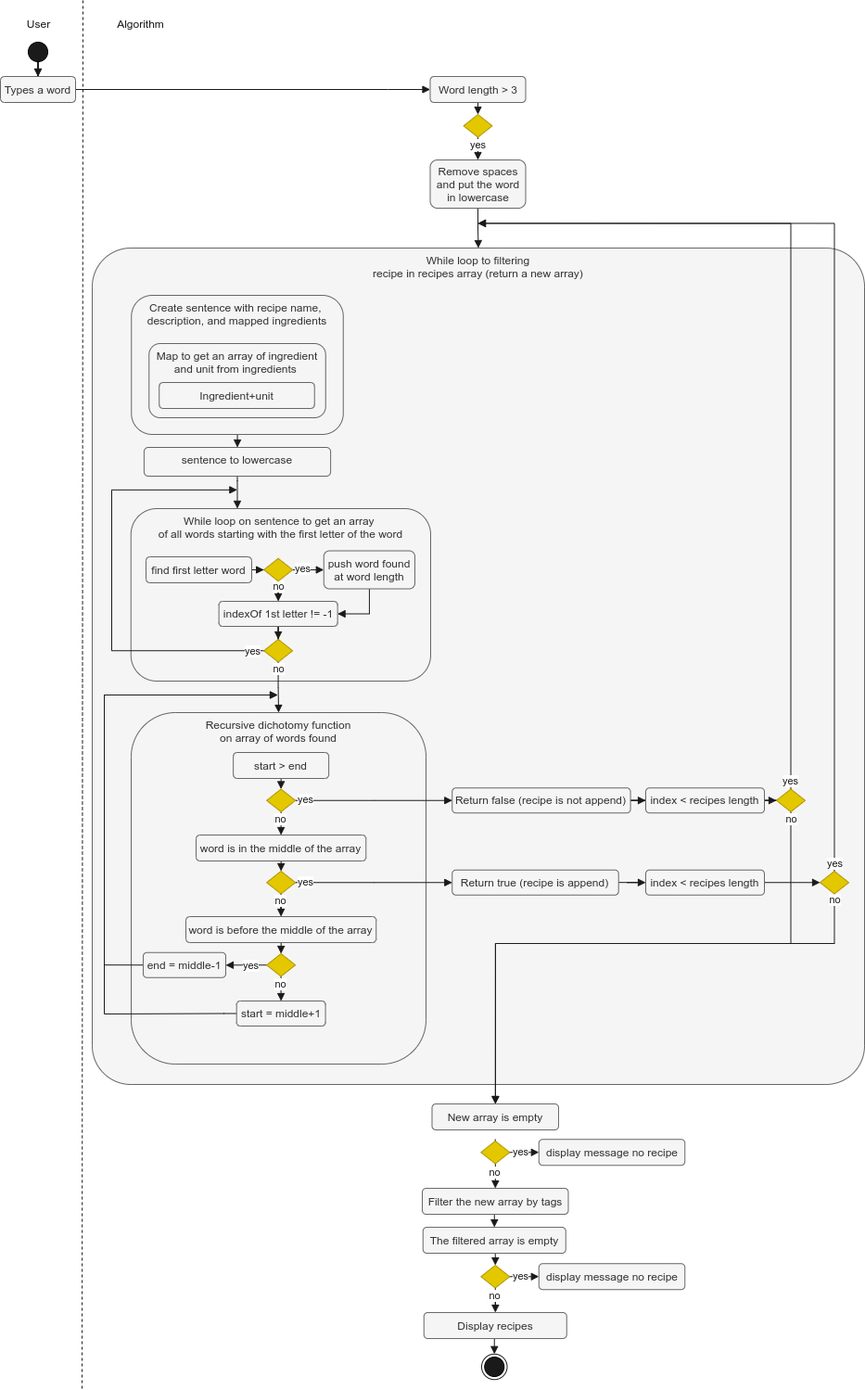
Before: spec/2.drawio.png, a diagram exported from draw.io (Lob2018/YannLobjois_7_17062021). Source tidied: cells renumbered, new cells last; positions are measured from the earlier drawing's top-left corner, leaving out a move shared by most shapes.
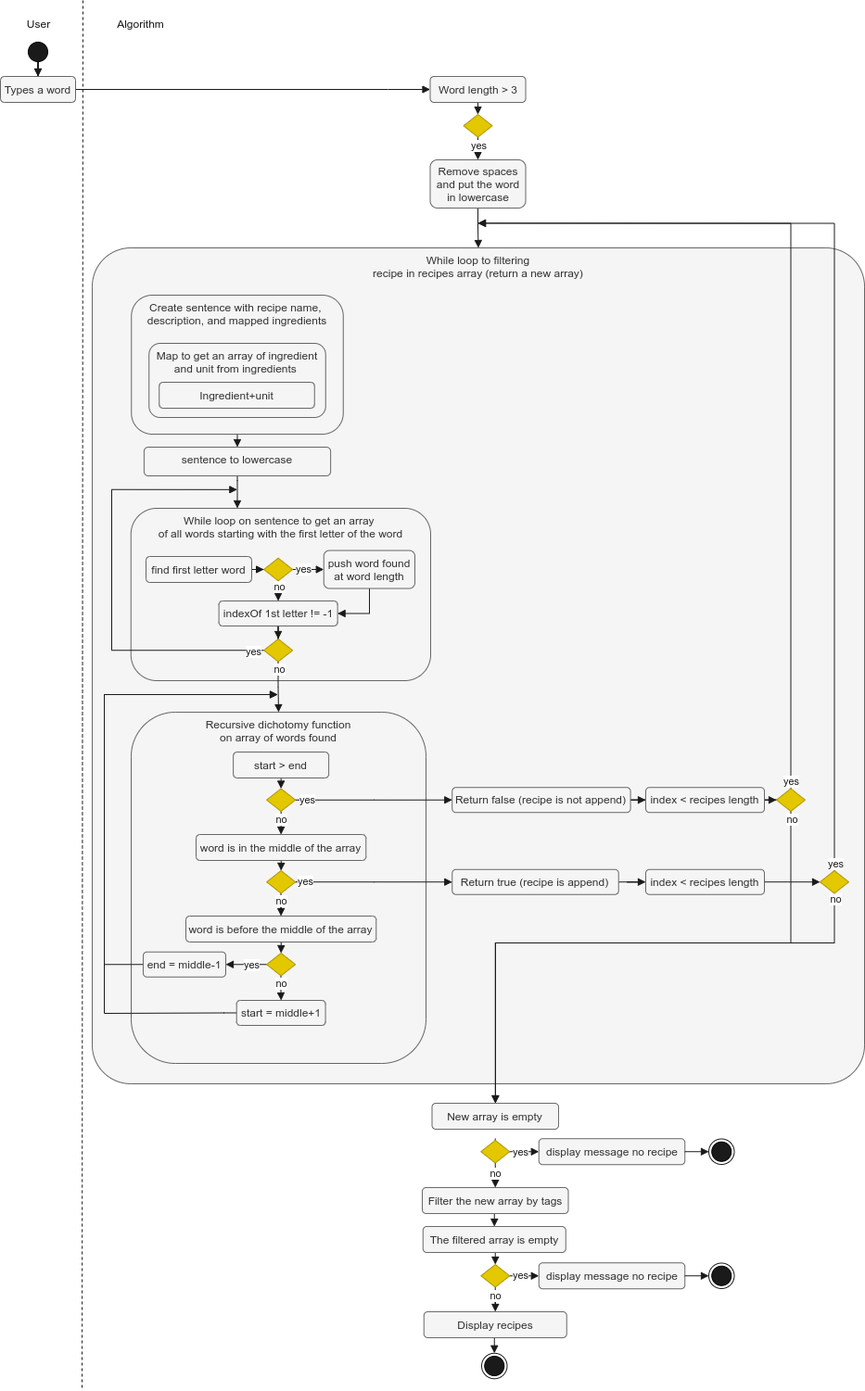
After the change.

Commit message:
Fix UML+fiche d'investigation de fonctionnalité sur l'algorithme

What changed in the source:
```diff
@@ -443,5 +443,23 @@
     <mxCell id="106" style="rhombus;whiteSpace=wrap;html=1;fillColor=#e3c800;strokeColor=#B09500;fontColor=#000000;" parent="1" vertex="1">
       <mxGeometry x="884" y="939" width="31" height="24.5" as="geometry" />
     </mxCell>
+    <mxCell id="107" style="edgeStyle=orthogonalEdgeStyle;rounded=0;jettySize=auto;html=1;entryX=0;entryY=0.5;entryDx=0;entryDy=0;fontColor=#FFFFFF;strokeColor=#1A1A1A;strokeWidth=1;endFill=1;endArrow=block;endSize=6;exitX=1;exitY=0.5;exitDx=0;exitDy=0;" parent="1" edge="1" source="21" target="108">
+      <mxGeometry relative="1" as="geometry" />
+    </mxCell>
+    <mxCell id="108" style="ellipse;whiteSpace=wrap;html=1;fillColor=#FFFFFF;strokeColor=#1A1A1A;" parent="1" vertex="1">
+      <mxGeometry x="764" y="1228.5" width="27.5" height="27.5" as="geometry" />
+    </mxCell>
+    <mxCell id="109" style="ellipse;whiteSpace=wrap;html=1;fillColor=#1A1A1A;" parent="1" vertex="1">
+      <mxGeometry x="767.2" y="1231.7" width="21" height="21" as="geometry" />
+    </mxCell>
+    <mxCell id="110" style="edgeStyle=orthogonalEdgeStyle;rounded=0;jettySize=auto;html=1;entryX=0;entryY=0.5;entryDx=0;entryDy=0;fontColor=#FFFFFF;strokeColor=#1A1A1A;strokeWidth=1;endFill=1;endArrow=block;endSize=6;exitX=1;exitY=0.5;exitDx=0;exitDy=0;" parent="1" edge="1" source="31" target="111">
+      <mxGeometry relative="1" as="geometry" />
+    </mxCell>
+    <mxCell id="111" style="ellipse;whiteSpace=wrap;html=1;fillColor=#FFFFFF;strokeColor=#1A1A1A;" parent="1" vertex="1">
+      <mxGeometry x="764" y="1362.5" width="27.5" height="27.5" as="geometry" />
+    </mxCell>
+    <mxCell id="112" style="ellipse;whiteSpace=wrap;html=1;fillColor=#1A1A1A;" parent="1" vertex="1">
+      <mxGeometry x="767.2" y="1365.7" width="21" height="21" as="geometry" />
+    </mxCell>
   </root>
 </mxGraphModel>
```
